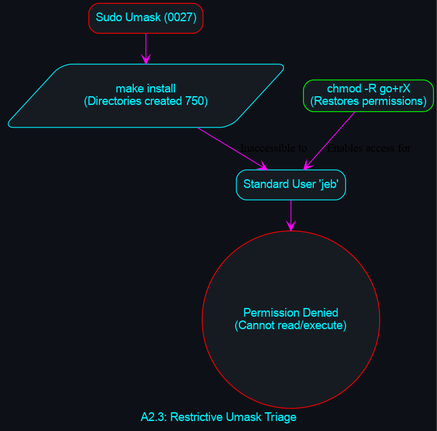
The Graphviz diagram diagrams/compilations/lesson_umask_permissions.png in danindiana/hybrid-framework, before a commit. Its source is kept beside it as diagrams/compilations/lesson_umask_permissions.dot.
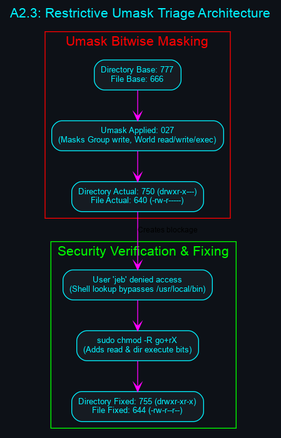
After the change.

The edit, as a diff of the source:
```diff
@@ -1,16 +1,30 @@
 digraph LessonUmask {
-        graph [bgcolor="#0d1117", fontname="Helvetica", fontcolor="#00f2ff", label="A2.3: Restrictive Umask Triage"];
-        node [shape=box, style="filled,rounded", color="#00f2ff", fontcolor="#00f2ff", fillcolor="#161b22", fontname="Helvetica"];
-        edge [color="#ff00ff", arrowhead=vee];
+        graph [bgcolor="#0d1117", fontname="Helvetica", fontcolor="#00f2ff", label="A2.3: Restrictive Umask Triage Architecture", labelloc="t", fontsize=16];
+        node [shape=box, style="filled,rounded", color="#00f2ff", fontcolor="#00f2ff", fillcolor="#161b22", fontname="Helvetica", fontsize=10];
+        edge [color="#ff00ff", arrowhead=vee, fontname="Helvetica", fontsize=9];
 
-        Umask [label="Sudo Umask (0027)", color="#ff0000"];
-        Install [label="make install\n(Directories created 750)", shape=parallelogram];
-        Standard_User [label="Standard User 'jeb'"];
-        Denied [label="Permission Denied\n(Cannot read/execute)", shape=circle, color="#ff0000"];
-        Chmod_Fix [label="chmod -R go+rX\n(Restores permissions)", color="#00ff00"];
+        subgraph cluster_umask_logic {
+            label = "Umask Bitwise Masking";
+            color = "#ff0000";
+            fontcolor = "#ff0000";
+            Base_Perms [label="Directory Base: 777\nFile Base: 666"];
+            Umask_Value [label="Umask Applied: 027\n(Masks Group write, World read/write/exec)"];
+            Actual_Perms [label="Directory Actual: 750 (drwxr-x---)\nFile Actual: 640 (-rw-r-----)"];
+            Base_Perms -> Umask_Value;
+            Umask_Value -> Actual_Perms;
+        }
 
-        Umask -> Install;
-        Install -> Standard_User [label="Inaccessible to"];
-        Standard_User -> Denied;
-        Chmod_Fix -> Standard_User [label="Enables access for"];
+        subgraph cluster_triage_actions {
+            label = "Security Verification & Fixing";
+            color = "#00ff00";
+            fontcolor = "#00ff00";
+            Denied_Access [label="User 'jeb' denied access\n(Shell lookup bypasses /usr/local/bin)"];
+            Chmod_Cmd [label="sudo chmod -R go+rX\n(Adds read & dir execute bits)"];
+            Fixed_Perms [label="Directory Fixed: 755 (drwxr-xr-x)\nFile Fixed: 644 (-rw-r--r--)"];
+
+            Denied_Access -> Chmod_Cmd;
+            Chmod_Cmd -> Fixed_Perms;
+        }
+
+        Actual_Perms -> Denied_Access [label="Creates blockage"];
     }
```
